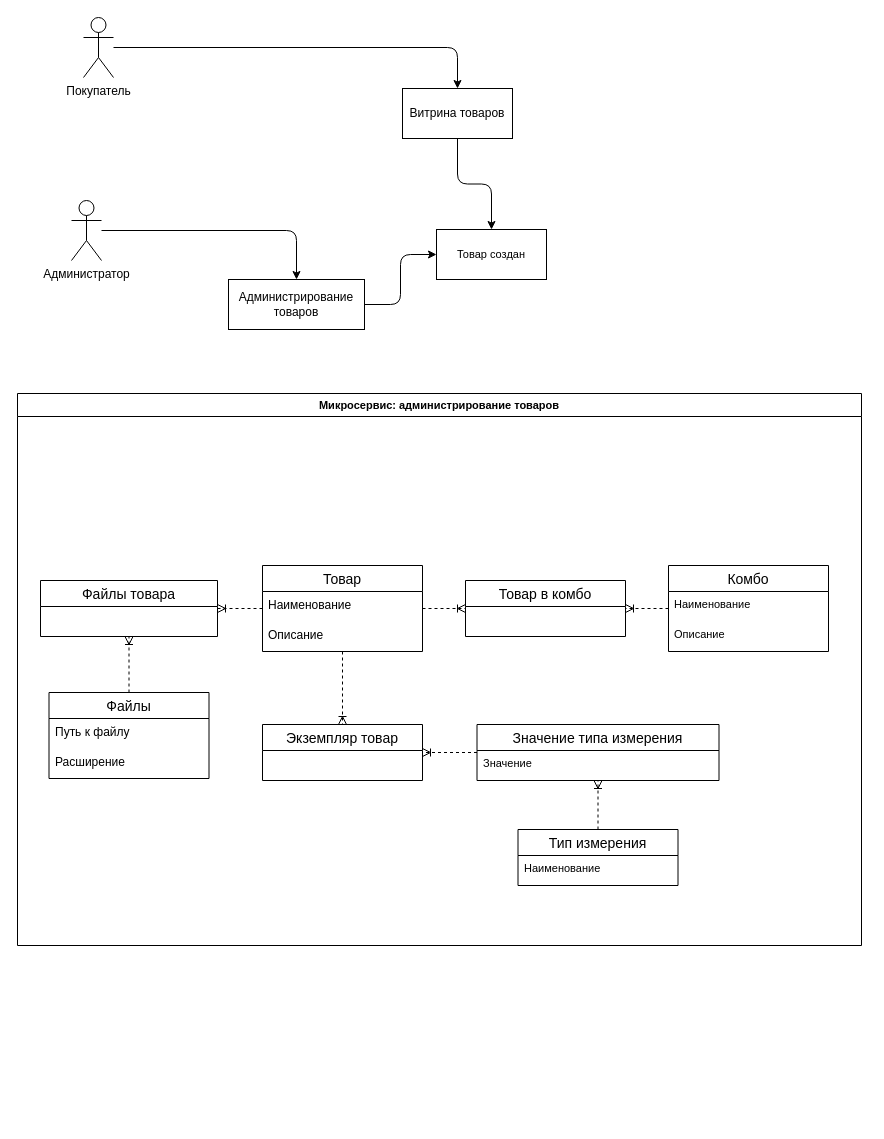
Before: Информационно-логическая диаграмма базы данных.drawio in VladZainullin/LiquorStore, a draw.io diagram. Source tidied: cells renumbered, new cells numbered last; positions are measured from the earlier drawing's top-left corner, leaving out a move shared by most shapes. Both pictures are drawn from the tidied source at 100%, with x=0, y=0 at pixel (17, 17).
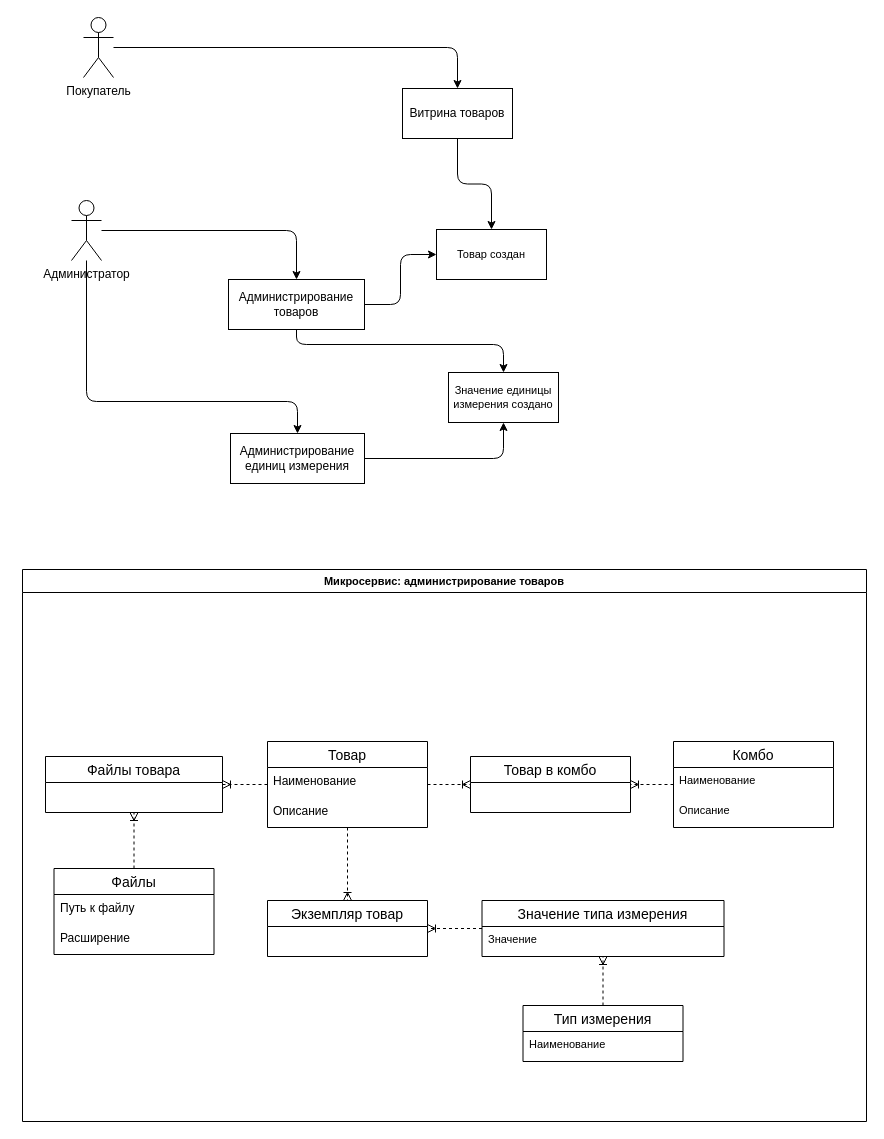
The same diagram, later.

The change refers to these unchanged cells:
```xml
<mxCell id="29" value="Администратор" style="shape=umlActor;verticalLabelPosition=bottom;verticalAlign=top;html=1;outlineConnect=0;" parent="1" vertex="1">
  <mxGeometry x="54" y="183" width="30" height="60" as="geometry" />
</mxCell>
<mxCell id="33" value="Администрирование товаров" style="html=1;whiteSpace=wrap;" parent="1" vertex="1">
  <mxGeometry x="211" y="262" width="136" height="50" as="geometry" />
</mxCell>
```

The edit, as a diff of the source:
```diff
@@
     <mxCell id="2" value="Микросервис: администрирование товаров" style="swimlane;whiteSpace=wrap;html=1;fontFamily=Helvetica;fontSize=11;fontColor=default;labelBackgroundColor=default;" parent="1" vertex="1">
-      <mxGeometry y="376" width="844" height="552" as="geometry" />
+      <mxGeometry x="5" y="552" width="844" height="552" as="geometry" />
     </mxCell>
@@
+    <mxCell id="35" style="edgeStyle=orthogonalEdgeStyle;rounded=1;jettySize=auto;html=1;curved=0;" parent="1" edge="1" source="29" target="38">
+      <mxGeometry relative="1" as="geometry">
+        <Array as="points">
+          <mxPoint x="69" y="384" />
+        </Array>
+      </mxGeometry>
+    </mxCell>
@@
+    <mxCell id="36" style="edgeStyle=orthogonalEdgeStyle;shape=connector;curved=0;rounded=1;jettySize=auto;html=1;strokeColor=default;align=center;verticalAlign=middle;fontFamily=Helvetica;fontSize=11;fontColor=default;labelBackgroundColor=default;endArrow=classic;" parent="1" edge="1" source="33" target="39">
+      <mxGeometry relative="1" as="geometry">
+        <Array as="points">
+          <mxPoint x="279" y="327" />
+          <mxPoint x="486" y="327" />
+        </Array>
+      </mxGeometry>
+    </mxCell>
@@
+    <mxCell id="37" style="edgeStyle=orthogonalEdgeStyle;shape=connector;curved=0;rounded=1;jettySize=auto;html=1;strokeColor=default;align=center;verticalAlign=middle;fontFamily=Helvetica;fontSize=11;fontColor=default;labelBackgroundColor=default;endArrow=classic;" parent="1" edge="1" source="38" target="39">
+      <mxGeometry relative="1" as="geometry" />
+    </mxCell>
+    <mxCell id="38" value="Администрирование единиц измерения" style="html=1;whiteSpace=wrap;" parent="1" vertex="1">
+      <mxGeometry x="213" y="416" width="134" height="50" as="geometry" />
+    </mxCell>
+    <mxCell id="39" value="Значение единицы измерения создано" style="html=1;whiteSpace=wrap;fontFamily=Helvetica;fontSize=11;fontColor=default;labelBackgroundColor=default;" parent="1" vertex="1">
+      <mxGeometry x="431" y="355" width="110" height="50" as="geometry" />
+    </mxCell>
```
